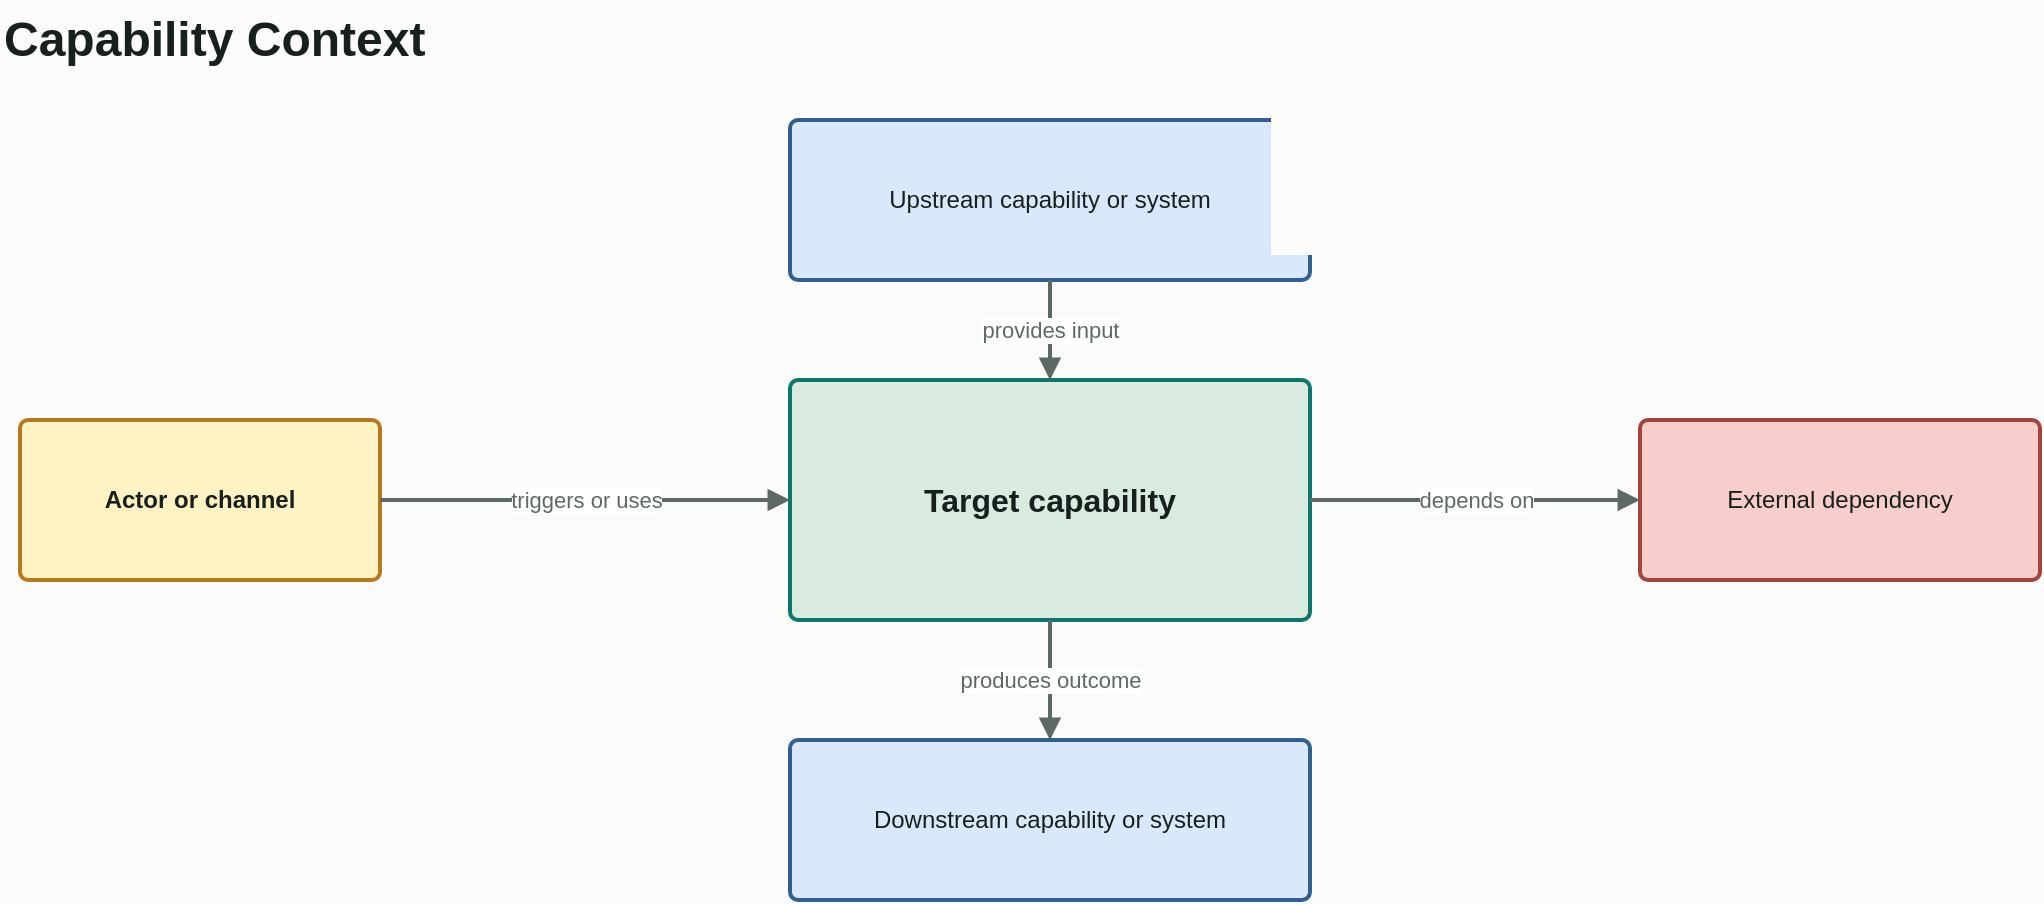
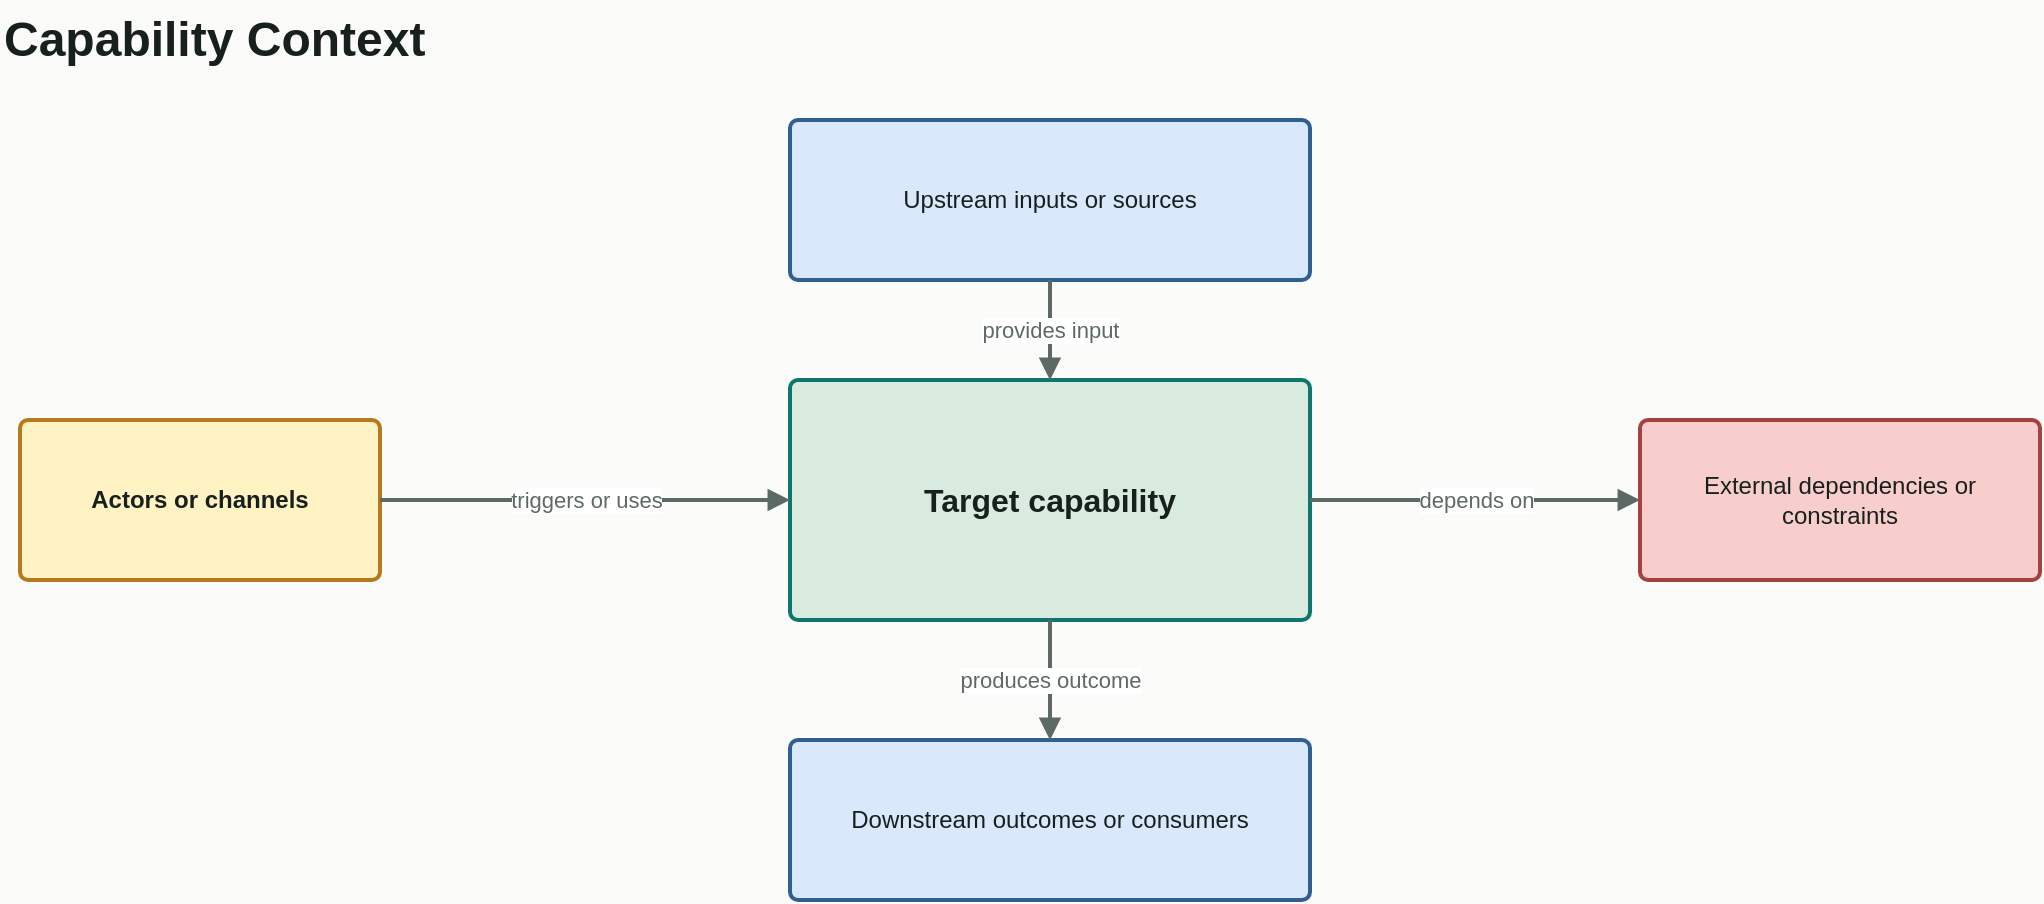
<mxfile host="app.diagrams.net" modified="2026-05-25T00:00:00.000Z" agent="AI Architecture Toolkit" version="24.7.17">
  <diagram id="capability-context" name="Capability Context">
    <mxGraphModel dx="1200" dy="800" grid="1" gridSize="10" guides="1" tooltips="1" connect="1" arrows="1" fold="1" page="1" pageScale="1" pageWidth="1169" pageHeight="827" background="#fbfcfa" math="0" shadow="0">
      <root>
        <mxCell id="0" />
        <mxCell id="1" parent="0" />
        <mxCell id="title" value="Capability Context" style="text;html=1;strokeColor=none;fillColor=none;align=left;verticalAlign=middle;fontStyle=1;fontSize=24;fontColor=#17201d;" vertex="1" parent="1">
          <mxGeometry x="60" y="40" width="420" height="40" as="geometry" />
        </mxCell>
-         <mxCell id="actor" value="Actor or channel" style="rounded=1;whiteSpace=wrap;html=1;arcSize=8;absoluteArcSize=1;spacing=12;fillColor=#fff3c4;strokeColor=#b7791f;fontColor=#17201d;fontStyle=1;strokeWidth=2;" vertex="1" parent="1">
+         <mxCell id="actor" value="Actors or channels" style="rounded=1;whiteSpace=wrap;html=1;arcSize=8;absoluteArcSize=1;spacing=12;fillColor=#fff3c4;strokeColor=#b7791f;fontColor=#17201d;fontStyle=1;strokeWidth=2;" vertex="1" parent="1">
          <mxGeometry x="70" y="250" width="180" height="80" as="geometry" />
        </mxCell>
        <mxCell id="capability" value="Target capability" style="rounded=1;whiteSpace=wrap;html=1;arcSize=8;absoluteArcSize=1;spacing=12;fillColor=#d9eadf;strokeColor=#0f766e;fontColor=#17201d;fontStyle=1;fontSize=16;strokeWidth=2;" vertex="1" parent="1">
          <mxGeometry x="455" y="230" width="260" height="120" as="geometry" />
        </mxCell>
-         <mxCell id="upstream" value="Upstream capability or system" style="rounded=1;whiteSpace=wrap;html=1;arcSize=8;absoluteArcSize=1;spacing=12;fillColor=#dae8fc;strokeColor=#315f8f;fontColor=#17201d;strokeWidth=2;" vertex="1" parent="1">
+         <mxCell id="upstream" value="Upstream inputs or sources" style="rounded=1;whiteSpace=wrap;html=1;arcSize=8;absoluteArcSize=1;spacing=12;fillColor=#dae8fc;strokeColor=#315f8f;fontColor=#17201d;strokeWidth=2;" vertex="1" parent="1">
          <mxGeometry x="455" y="100" width="260" height="80" as="geometry" />
        </mxCell>
-         <mxCell id="downstream" value="Downstream capability or system" style="rounded=1;whiteSpace=wrap;html=1;arcSize=8;absoluteArcSize=1;spacing=12;fillColor=#dae8fc;strokeColor=#315f8f;fontColor=#17201d;strokeWidth=2;" vertex="1" parent="1">
+         <mxCell id="downstream" value="Downstream outcomes or consumers" style="rounded=1;whiteSpace=wrap;html=1;arcSize=8;absoluteArcSize=1;spacing=12;fillColor=#dae8fc;strokeColor=#315f8f;fontColor=#17201d;strokeWidth=2;" vertex="1" parent="1">
          <mxGeometry x="455" y="410" width="260" height="80" as="geometry" />
        </mxCell>
-         <mxCell id="external" value="External dependency" style="rounded=1;whiteSpace=wrap;html=1;arcSize=8;absoluteArcSize=1;spacing=12;fillColor=#f8cecc;strokeColor=#a3433f;fontColor=#17201d;strokeWidth=2;" vertex="1" parent="1">
+         <mxCell id="external" value="External dependencies or constraints" style="rounded=1;whiteSpace=wrap;html=1;arcSize=8;absoluteArcSize=1;spacing=12;fillColor=#f8cecc;strokeColor=#a3433f;fontColor=#17201d;strokeWidth=2;" vertex="1" parent="1">
          <mxGeometry x="880" y="250" width="200" height="80" as="geometry" />
        </mxCell>
        <mxCell id="edge-actor-capability" value="triggers or uses" style="edgeStyle=orthogonalEdgeStyle;rounded=0;orthogonalLoop=1;jettySize=auto;html=1;endArrow=block;strokeColor=#5d6964;fontColor=#5d6964;strokeWidth=2;" edge="1" parent="1" source="actor" target="capability">
          <mxGeometry relative="1" as="geometry" />
        </mxCell>
        <mxCell id="edge-upstream-capability" value="provides input" style="edgeStyle=orthogonalEdgeStyle;rounded=0;orthogonalLoop=1;jettySize=auto;html=1;endArrow=block;strokeColor=#5d6964;fontColor=#5d6964;strokeWidth=2;" edge="1" parent="1" source="upstream" target="capability">
          <mxGeometry relative="1" as="geometry" />
        </mxCell>
        <mxCell id="edge-capability-downstream" value="produces outcome" style="edgeStyle=orthogonalEdgeStyle;rounded=0;orthogonalLoop=1;jettySize=auto;html=1;endArrow=block;strokeColor=#5d6964;fontColor=#5d6964;strokeWidth=2;" edge="1" parent="1" source="capability" target="downstream">
          <mxGeometry relative="1" as="geometry" />
        </mxCell>
        <mxCell id="edge-capability-external" value="depends on" style="edgeStyle=orthogonalEdgeStyle;rounded=0;orthogonalLoop=1;jettySize=auto;html=1;endArrow=block;strokeColor=#5d6964;fontColor=#5d6964;strokeWidth=2;" edge="1" parent="1" source="capability" target="external">
          <mxGeometry relative="1" as="geometry" />
        </mxCell>
      </root>
    </mxGraphModel>
  </diagram>
</mxfile>
